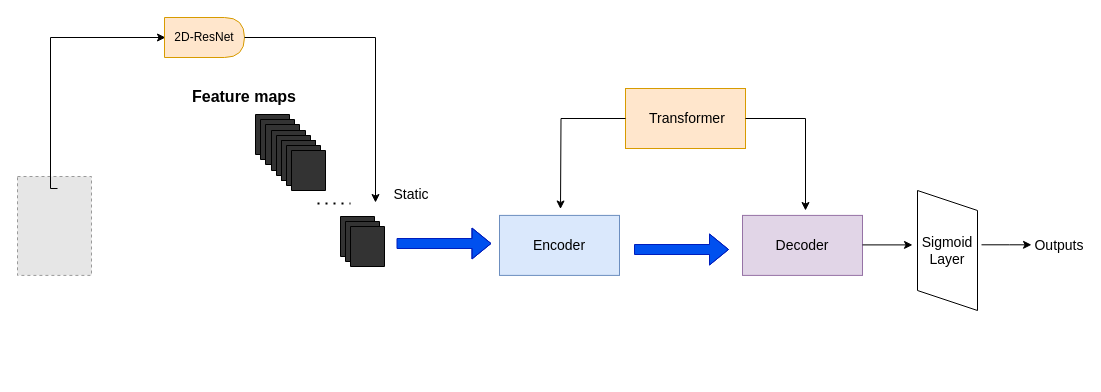
Supltz/AUs_detection_baseline keeps this draw.io diagram as Untitled Diagram.drawio. Above is the earlier version. Source tidied: cells renumbered, new cells numbered last; positions are measured from the earlier drawing's top-left corner, leaving out a move shared by most shapes. Both pictures are drawn from the tidied source at 100%, with x=0, y=0 at pixel (17, 17). Pictures stored in the file or linked from it are replaced by grey dashed boxes.
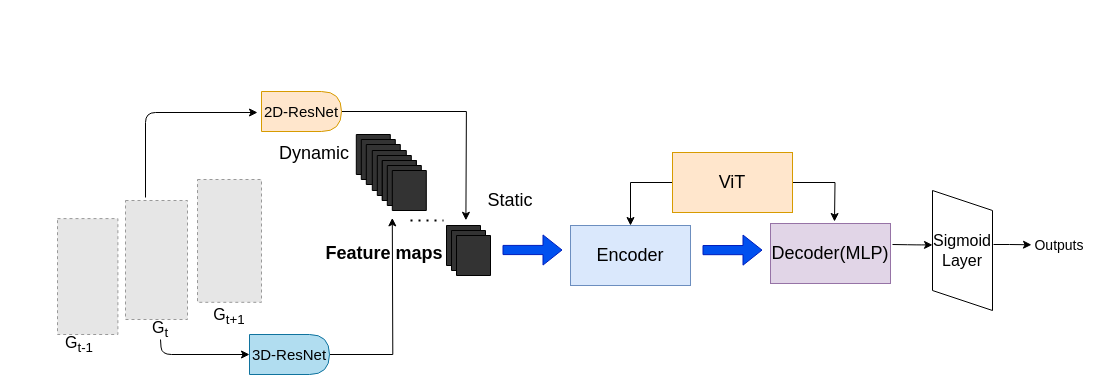
The same page after the edit.

Diff of the diagram source:
```diff
@@
-    <mxCell id="2" style="edgeStyle=orthogonalEdgeStyle;rounded=0;jettySize=auto;html=1;exitX=0.25;exitY=1;exitDx=0;exitDy=0;" parent="1" edge="1" source="3">
+    <mxCell id="2" style="edgeStyle=orthogonalEdgeStyle;rounded=0;orthogonalLoop=1;jettySize=auto;html=1;exitX=0.25;exitY=1;exitDx=0;exitDy=0;" parent="1" edge="1">
       <mxGeometry relative="1" as="geometry">
+        <mxPoint x="18.5" y="257.9" as="sourcePoint" />
         <mxPoint x="19" y="258" as="targetPoint" />
       </mxGeometry>
     </mxCell>
-    <mxCell id="3" style="fillColor=#E6E6E6;strokeColor=#999999;dashed=1;verticalLabelPosition=bottom;labelBackgroundColor=#ffffff;verticalAlign=top;" parent="1" vertex="1">
-      <mxGeometry y="159" width="74" height="98.9" as="geometry" />
-    </mxCell>
-    <mxCell id="4" style="endArrow=classic;html=1;rounded=0;edgeStyle=orthogonalEdgeStyle;" parent="1" edge="1">
-      <mxGeometry relative="1" as="geometry">
-        <mxPoint x="40" y="171" as="sourcePoint" />
-        <mxPoint x="148" y="20" as="targetPoint" />
-        <Array as="points">
-          <mxPoint x="33" y="171" />
-          <mxPoint x="33" y="20" />
-          <mxPoint x="148" y="20" />
-        </Array>
-      </mxGeometry>
-    </mxCell>
+    <mxCell id="25" style="edgeStyle=orthogonalEdgeStyle;rounded=0;jumpSize=4;jettySize=auto;html=1;exitX=1;exitY=0.5;exitDx=0;exitDy=0;startSize=6;" parent="1" edge="1" source="5">
+      <mxGeometry relative="1" as="geometry">
+        <mxPoint x="448.4" y="202.8" as="targetPoint" />
+      </mxGeometry>
+    </mxCell>
-    <mxCell id="5" value="2D-ResNet" style="shape=delay;whiteSpace=wrap;html=1;fillColor=#ffe6cc;strokeColor=#d79b00;" parent="1" vertex="1">
-      <mxGeometry x="147" width="80" height="40" as="geometry" />
+    <mxCell id="5" value="&lt;font style=&quot;font-size: 15px&quot;&gt;2D-ResNet&lt;/font&gt;" style="shape=delay;whiteSpace=wrap;html=1;fillColor=#ffe6cc;strokeColor=#d79b00;" parent="1" vertex="1">
+      <mxGeometry x="244" y="74" width="80" height="40" as="geometry" />
     </mxCell>
     <mxCell id="6" style="endArrow=none;dashed=1;html=1;dashPattern=1 3;strokeWidth=2;rounded=0;edgeStyle=orthogonalEdgeStyle;fontStyle=0;fontSize=20;" parent="1" edge="1">
       <mxGeometry relative="1" as="geometry">
-        <mxPoint x="300" y="186" as="sourcePoint" />
-        <mxPoint x="333" y="186" as="targetPoint" />
+        <mxPoint x="393" y="203" as="sourcePoint" />
+        <mxPoint x="426" y="203" as="targetPoint" />
       </mxGeometry>
     </mxCell>
-    <mxCell id="7" value="Static" style="text;html=1;strokeColor=none;fillColor=none;align=center;verticalAlign=middle;whiteSpace=wrap;rounded=0;fontSize=14;" parent="1" vertex="1">
-      <mxGeometry x="374" y="167" width="40" height="20" as="geometry" />
+    <mxCell id="7" value="&lt;font style=&quot;font-size: 18px&quot;&gt;Static&lt;/font&gt;" style="text;html=1;strokeColor=none;fillColor=none;align=center;verticalAlign=middle;whiteSpace=wrap;rounded=0;fontSize=14;" parent="1" vertex="1">
+      <mxGeometry x="473" y="173" width="40" height="20" as="geometry" />
     </mxCell>
-    <mxCell id="8" value="&lt;b&gt;&lt;font style=&quot;font-size: 16px&quot;&gt;Feature maps&lt;/font&gt;&lt;/b&gt;" style="text;html=1;strokeColor=none;fillColor=none;align=center;verticalAlign=middle;whiteSpace=wrap;rounded=0;fontSize=14;" parent="1" vertex="1">
-      <mxGeometry x="172" y="69" width="110" height="20" as="geometry" />
+    <mxCell id="8" value="&lt;b&gt;&lt;font style=&quot;font-size: 18px&quot;&gt;Feature maps&lt;/font&gt;&lt;/b&gt;" style="text;html=1;strokeColor=none;fillColor=none;align=center;verticalAlign=middle;whiteSpace=wrap;rounded=0;fontSize=14;" parent="1" vertex="1">
+      <mxGeometry x="277" y="226" width="180" height="20" as="geometry" />
     </mxCell>
     <mxCell id="9" style="verticalLabelPosition=bottom;verticalAlign=top;html=1;shape=mxgraph.basic.layered_rect;dx=10;direction=west;fillColor=#333333;" parent="1" vertex="1">
-      <mxGeometry x="238" y="97" width="44" height="50" as="geometry" />
+      <mxGeometry x="338.8" y="117" width="44" height="50" as="geometry" />
     </mxCell>
     <mxCell id="10" style="verticalLabelPosition=bottom;verticalAlign=top;html=1;shape=mxgraph.basic.layered_rect;dx=10;direction=west;fillColor=#333333;" parent="1" vertex="1">
-      <mxGeometry x="254" y="113" width="44" height="50" as="geometry" />
+      <mxGeometry x="354.8" y="133" width="44" height="50" as="geometry" />
     </mxCell>
     <mxCell id="11" style="verticalLabelPosition=bottom;verticalAlign=top;html=1;shape=mxgraph.basic.layered_rect;dx=10;direction=west;fillColor=#333333;" parent="1" vertex="1">
-      <mxGeometry x="323" y="199" width="44" height="50" as="geometry" />
+      <mxGeometry x="429" y="208" width="44" height="50" as="geometry" />
     </mxCell>
     <mxCell id="12" style="verticalLabelPosition=bottom;verticalAlign=top;html=1;shape=mxgraph.basic.layered_rect;dx=10;direction=west;fillColor=#333333;" parent="1" vertex="1">
-      <mxGeometry x="264" y="123" width="44" height="50" as="geometry" />
+      <mxGeometry x="364.8" y="143" width="44" height="50" as="geometry" />
     </mxCell>
-    <mxCell id="13" style="endArrow=classic;html=1;rounded=0;edgeStyle=orthogonalEdgeStyle;fontSize=14;" parent="1" edge="1">
-      <mxGeometry relative="1" as="geometry">
-        <mxPoint x="227" y="20" as="sourcePoint" />
-        <mxPoint x="358" y="185" as="targetPoint" />
-        <Array as="points">
-          <mxPoint x="358" y="20" />
-        </Array>
-      </mxGeometry>
-    </mxCell>
-    <mxCell id="14" style="shape=flexArrow;endArrow=classic;html=1;rounded=0;edgeStyle=orthogonalEdgeStyle;fontSize=14;fillColor=#0050ef;strokeColor=#001DBC;" parent="1" edge="1">
-      <mxGeometry relative="1" as="geometry">
-        <mxPoint x="379" y="226" as="sourcePoint" />
-        <mxPoint x="474" y="226" as="targetPoint" />
-        <Array as="points">
-          <mxPoint x="482" y="226" />
-          <mxPoint x="482" y="226" />
-        </Array>
-      </mxGeometry>
-    </mxCell>
-    <mxCell id="15" value="Encoder" style="rounded=0;whiteSpace=wrap;html=1;fontSize=14;fillColor=#dae8fc;strokeColor=#6c8ebf;" parent="1" vertex="1">
-      <mxGeometry x="482" y="197.9" width="120" height="60" as="geometry" />
+    <mxCell id="15" value="&lt;font style=&quot;font-size: 18px&quot;&gt;Encoder&lt;/font&gt;" style="rounded=0;whiteSpace=wrap;html=1;fontSize=14;fillColor=#dae8fc;strokeColor=#6c8ebf;" parent="1" vertex="1">
+      <mxGeometry x="553" y="208" width="120" height="60" as="geometry" />
     </mxCell>
-    <mxCell id="16" style="shape=flexArrow;endArrow=classic;html=1;rounded=0;edgeStyle=orthogonalEdgeStyle;fontSize=14;fillColor=#0050ef;strokeColor=#001DBC;" parent="1" edge="1">
-      <mxGeometry relative="1" as="geometry">
-        <mxPoint x="616.5" y="232" as="sourcePoint" />
-        <mxPoint x="711.5" y="232" as="targetPoint" />
-        <Array as="points">
-          <mxPoint x="719.5" y="232" />
-          <mxPoint x="719.5" y="232" />
-        </Array>
-      </mxGeometry>
-    </mxCell>
-    <mxCell id="17" value="Decoder" style="rounded=0;whiteSpace=wrap;html=1;fontSize=14;fillColor=#e1d5e7;strokeColor=#9673a6;" parent="1" vertex="1">
-      <mxGeometry x="725" y="197.9" width="120" height="60" as="geometry" />
+    <mxCell id="17" value="&lt;font style=&quot;font-size: 18px&quot;&gt;Decoder(MLP)&lt;/font&gt;" style="rounded=0;whiteSpace=wrap;html=1;fontSize=14;fillColor=#e1d5e7;strokeColor=#9673a6;" parent="1" vertex="1">
+      <mxGeometry x="753" y="206" width="120" height="60" as="geometry" />
     </mxCell>
+    <mxCell id="26" style="edgeStyle=orthogonalEdgeStyle;rounded=0;jumpSize=4;jettySize=auto;html=1;exitX=0;exitY=0.5;exitDx=0;exitDy=0;entryX=0.5;entryY=0;entryDx=0;entryDy=0;startSize=6;" parent="1" edge="1" source="18" target="15">
+      <mxGeometry relative="1" as="geometry" />
+    </mxCell>
+    <mxCell id="27" style="edgeStyle=orthogonalEdgeStyle;rounded=0;jumpSize=4;jettySize=auto;html=1;startSize=6;" parent="1" edge="1" source="18">
+      <mxGeometry relative="1" as="geometry">
+        <mxPoint x="817" y="204" as="targetPoint" />
+      </mxGeometry>
+    </mxCell>
-    <mxCell id="18" value="&amp;nbsp;Transformer" style="rounded=0;whiteSpace=wrap;html=1;fontSize=14;fillColor=#ffe6cc;strokeColor=#d79b00;" parent="1" vertex="1">
-      <mxGeometry x="608" y="71" width="120" height="60" as="geometry" />
+    <mxCell id="18" value="&lt;span style=&quot;font-size: 18px&quot;&gt;ViT&lt;/span&gt;" style="rounded=0;whiteSpace=wrap;html=1;fontSize=14;fillColor=#ffe6cc;strokeColor=#d79b00;" parent="1" vertex="1">
+      <mxGeometry x="655" y="135" width="120" height="60" as="geometry" />
     </mxCell>
-    <mxCell id="19" style="endArrow=classic;html=1;rounded=0;edgeStyle=orthogonalEdgeStyle;fontSize=14;exitX=1;exitY=0.5;exitDx=0;exitDy=0;" parent="1" edge="1" source="18">
-      <mxGeometry relative="1" as="geometry">
-        <mxPoint x="788" y="193" as="targetPoint" />
-        <Array as="points">
-          <mxPoint x="788" y="101" />
-        </Array>
-      </mxGeometry>
-    </mxCell>
-    <mxCell id="20" style="endArrow=classic;html=1;rounded=0;edgeStyle=orthogonalEdgeStyle;fontSize=14;exitX=0;exitY=0.5;exitDx=0;exitDy=0;" parent="1" edge="1" source="18">
-      <mxGeometry relative="1" as="geometry">
-        <mxPoint x="543" y="191.5" as="targetPoint" />
-      </mxGeometry>
-    </mxCell>
-    <mxCell id="21" style="endArrow=classic;html=1;rounded=0;edgeStyle=orthogonalEdgeStyle;fontSize=14;" parent="1" edge="1">
-      <mxGeometry relative="1" as="geometry">
-        <mxPoint x="845" y="227.4" as="sourcePoint" />
-        <mxPoint x="895" y="227.4" as="targetPoint" />
-      </mxGeometry>
-    </mxCell>
-    <mxCell id="22" value="Outputs" style="text;html=1;strokeColor=none;fillColor=none;align=center;verticalAlign=middle;whiteSpace=wrap;rounded=0;fontSize=14;" parent="1" vertex="1">
+    <mxCell id="22" value="&lt;font style=&quot;font-size: 14px&quot;&gt;Outputs&lt;/font&gt;" style="text;html=1;strokeColor=none;fillColor=none;align=center;verticalAlign=middle;whiteSpace=wrap;rounded=0;fontSize=14;" parent="1" vertex="1">
       <mxGeometry x="1022" y="217.9" width="40" height="20" as="geometry" />
     </mxCell>
-    <mxCell id="23" value="Sigmoid&lt;br&gt;Layer" style="shape=parallelogram;perimeter=parallelogramPerimeter;whiteSpace=wrap;html=1;fixedSize=1;fontSize=14;fillColor=#FFFFFF;direction=north;" parent="1" vertex="1">
-      <mxGeometry x="900" y="173" width="60" height="120" as="geometry" />
+    <mxCell id="23" value="&lt;font style=&quot;font-size: 16px&quot;&gt;Sigmoid&lt;br&gt;Layer&lt;/font&gt;" style="shape=parallelogram;perimeter=parallelogramPerimeter;whiteSpace=wrap;html=1;fixedSize=1;fontSize=14;fillColor=#FFFFFF;direction=north;" parent="1" vertex="1">
+      <mxGeometry x="915" y="173" width="60" height="120" as="geometry" />
     </mxCell>
     <mxCell id="24" style="endArrow=classic;html=1;rounded=0;edgeStyle=orthogonalEdgeStyle;fontSize=14;" parent="1" edge="1">
       <mxGeometry relative="1" as="geometry">
-        <mxPoint x="964" y="227.3" as="sourcePoint" />
+        <mxPoint x="976" y="227" as="sourcePoint" />
         <mxPoint x="1014" y="227.3" as="targetPoint" />
         <Array as="points">
           <mxPoint x="992" y="227.3" />
           <mxPoint x="992" y="227.3" />
         </Array>
       </mxGeometry>
     </mxCell>
+    <mxCell id="28" value="&lt;font style=&quot;font-size: 18px&quot;&gt;Dynamic&lt;/font&gt;" style="text;html=1;strokeColor=none;fillColor=none;align=center;verticalAlign=middle;whiteSpace=wrap;rounded=0;fontSize=14;" parent="1" vertex="1">
+      <mxGeometry x="277" y="126" width="40" height="20" as="geometry" />
+    </mxCell>
+    <mxCell id="29" style="fillColor=#E6E6E6;strokeColor=#999999;dashed=1;verticalLabelPosition=bottom;labelBackgroundColor=#ffffff;verticalAlign=top;" parent="1" vertex="1">
+      <mxGeometry x="40" y="201.1" width="60.4" height="115.9" as="geometry" />
+    </mxCell>
+    <mxCell id="30" style="fillColor=#E6E6E6;strokeColor=#999999;dashed=1;verticalLabelPosition=bottom;labelBackgroundColor=#ffffff;verticalAlign=top;" parent="1" vertex="1">
+      <mxGeometry x="108" y="183" width="62" height="119" as="geometry" />
+    </mxCell>
+    <mxCell id="31" style="fillColor=#E6E6E6;strokeColor=#999999;dashed=1;verticalLabelPosition=bottom;labelBackgroundColor=#ffffff;verticalAlign=top;" parent="1" vertex="1">
+      <mxGeometry x="180" y="162" width="64" height="122.8" as="geometry" />
+    </mxCell>
+    <mxCell id="32" style="endArrow=classic;html=1;startSize=6;" parent="1" edge="1">
+      <mxGeometry relative="1" as="geometry">
+        <mxPoint x="875" y="227" as="sourcePoint" />
+        <mxPoint x="915" y="227.4" as="targetPoint" />
+        <Array as="points">
+          <mxPoint x="900" y="227.4" />
+        </Array>
+      </mxGeometry>
+    </mxCell>
+    <mxCell id="33" style="shape=flexArrow;endArrow=classic;html=1;startSize=6;width=9.166666666666668;endSize=6;fillColor=#0050ef;strokeColor=#001DBC;" parent="1" edge="1">
+      <mxGeometry relative="1" as="geometry">
+        <mxPoint x="685" y="232.6" as="sourcePoint" />
+        <mxPoint x="745" y="232.6" as="targetPoint" />
+      </mxGeometry>
+    </mxCell>
+    <mxCell id="34" style="shape=flexArrow;endArrow=classic;html=1;startSize=6;width=9.166666666666668;endSize=6;fillColor=#0050ef;strokeColor=#001DBC;" parent="1" edge="1">
+      <mxGeometry relative="1" as="geometry">
+        <mxPoint x="485" y="232.5" as="sourcePoint" />
+        <mxPoint x="545" y="232.5" as="targetPoint" />
+      </mxGeometry>
+    </mxCell>
+    <mxCell id="35" style="edgeStyle=orthogonalEdgeStyle;rounded=0;jumpSize=4;jettySize=auto;html=1;exitX=1;exitY=0.5;exitDx=0;exitDy=0;startSize=6;" parent="1" edge="1" source="36">
+      <mxGeometry relative="1" as="geometry">
+        <mxPoint x="374.8" y="200.4" as="targetPoint" />
+      </mxGeometry>
+    </mxCell>
+    <mxCell id="36" value="&lt;font style=&quot;font-size: 15px&quot;&gt;3D-ResNet&lt;/font&gt;" style="shape=delay;whiteSpace=wrap;html=1;fillColor=#b1ddf0;strokeColor=#10739e;" parent="1" vertex="1">
+      <mxGeometry x="232" y="317" width="80" height="40" as="geometry" />
+    </mxCell>
+    <mxCell id="37" style="endArrow=classic;html=1;startSize=6;entryX=0;entryY=0.5;entryDx=0;entryDy=0;exitX=0.5;exitY=1;exitDx=0;exitDy=0;" parent="1" edge="1" source="38" target="36">
+      <mxGeometry relative="1" as="geometry">
+        <Array as="points">
+          <mxPoint x="144" y="337" />
+        </Array>
+      </mxGeometry>
+    </mxCell>
+    <mxCell id="38" value="&lt;font style=&quot;font-size: 16px&quot;&gt;G&lt;sub&gt;t&lt;/sub&gt;&lt;/font&gt;" style="text;html=1;strokeColor=none;fillColor=none;align=center;verticalAlign=middle;whiteSpace=wrap;rounded=0;fontSize=14;" parent="1" vertex="1">
+      <mxGeometry x="123" y="302" width="40" height="20" as="geometry" />
+    </mxCell>
+    <mxCell id="39" value="&lt;font style=&quot;font-size: 16px&quot;&gt;G&lt;sub&gt;t+1&lt;/sub&gt;&lt;/font&gt;" style="text;html=1;strokeColor=none;fillColor=none;align=center;verticalAlign=middle;whiteSpace=wrap;rounded=0;fontSize=14;" parent="1" vertex="1">
+      <mxGeometry x="192" y="289" width="40" height="20" as="geometry" />
+    </mxCell>
+    <mxCell id="40" value="&lt;font style=&quot;font-size: 16px&quot;&gt;G&lt;sub&gt;t-1&lt;/sub&gt;&lt;/font&gt;" style="text;html=1;strokeColor=none;fillColor=none;align=center;verticalAlign=middle;whiteSpace=wrap;rounded=0;fontSize=14;" parent="1" vertex="1">
+      <mxGeometry x="42" y="317" width="40" height="20" as="geometry" />
+    </mxCell>
+    <mxCell id="41" style="endArrow=classic;html=1;startSize=6;" parent="1" edge="1">
+      <mxGeometry relative="1" as="geometry">
+        <mxPoint x="128" y="180" as="sourcePoint" />
+        <mxPoint x="240" y="95" as="targetPoint" />
+        <Array as="points">
+          <mxPoint x="128" y="95" />
+        </Array>
+      </mxGeometry>
+    </mxCell>
```
